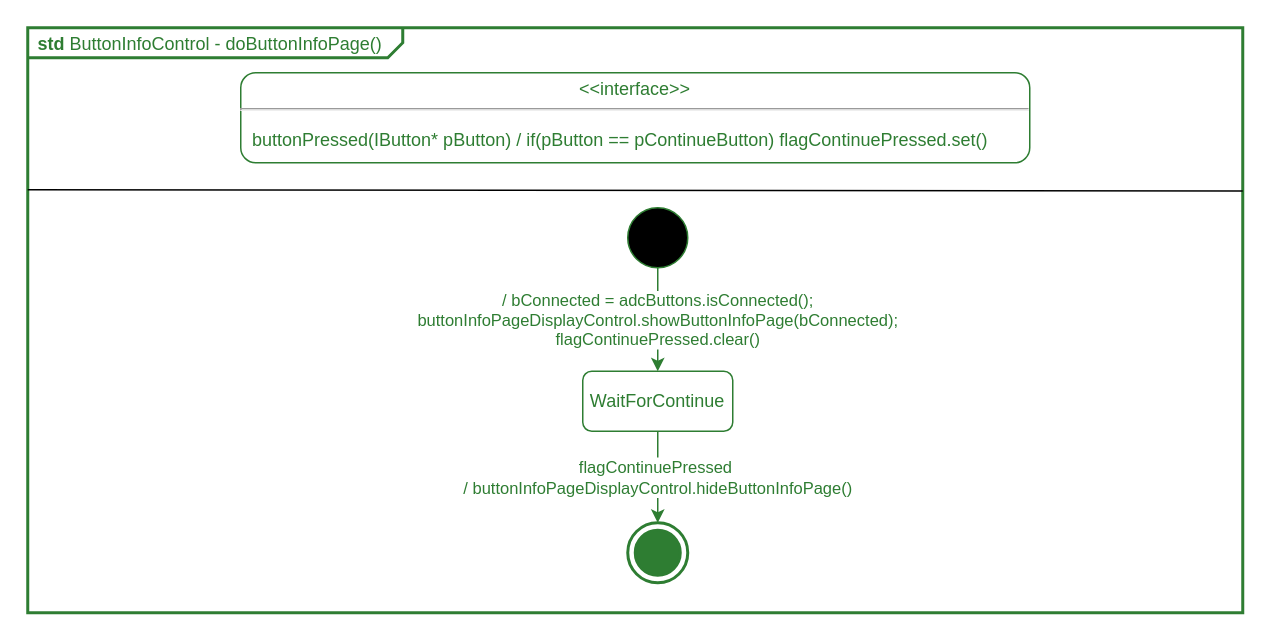
Above: page "STD-ButtonInfoControl" (13 of 20) of apps/pong_cleangui_dg_adv/models/pong_dg_adv.drawio in nepbuur1/test_lasergame_2_rework_CleanGUI_godmode (draw.io), before the change. Source tidied: cells renumbered, new cells numbered last; positions are measured from the earlier drawing's top-left corner, leaving out a move shared by most shapes. Both pictures are drawn from the tidied source at 150%, with x=0, y=0 at pixel (27, 27).
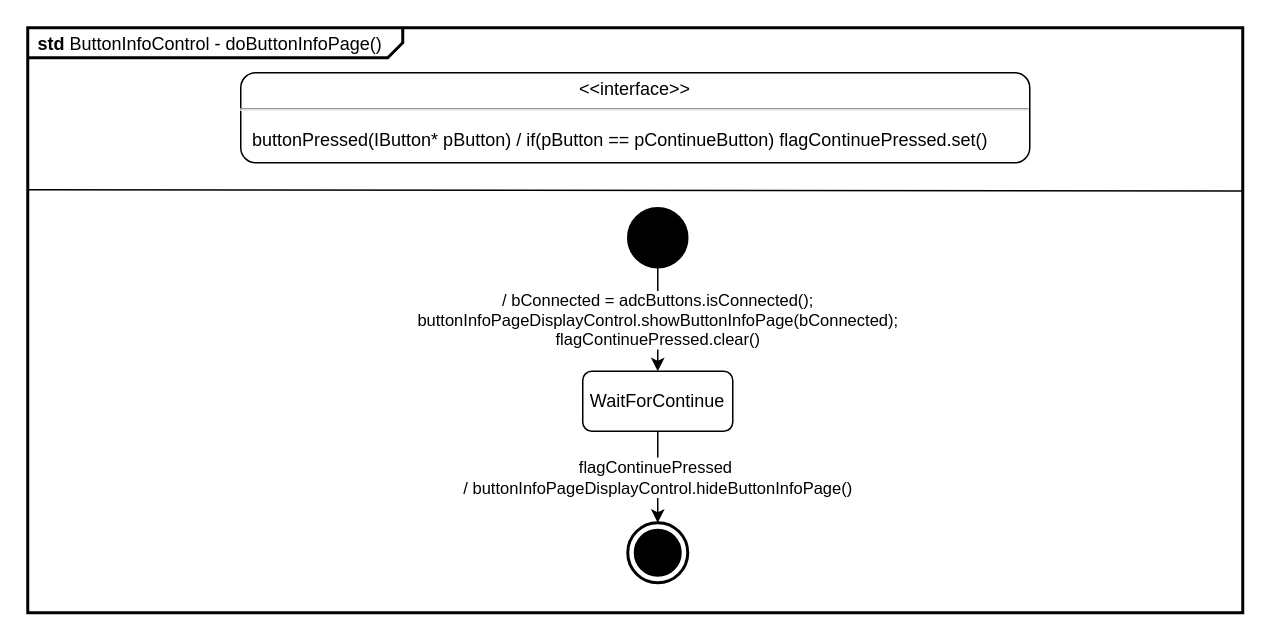
Above is the later version.

Diff of the diagram source:
```diff
@@
 <mxGraphModel>
   <root>
     <mxCell id="0" />
     <mxCell id="1" parent="0" />
-    <mxCell id="2" value="&lt;p style=&quot;margin:0px;margin-top:4px;margin-left:7px;text-align:left;&quot;&gt;&lt;b&gt;std&lt;/b&gt;  ButtonInfoControl - doButtonInfoPage()&lt;/p&gt;" style="html=1;shape=mxgraph.sysml.package;overflow=fill;labelX=250;strokeWidth=2;align=center;strokeColor=#2e7d32;fontColor=#2e7d32;" parent="1" vertex="1">
+    <mxCell id="2" value="&lt;p style=&quot;margin:0px;margin-top:4px;margin-left:7px;text-align:left;&quot;&gt;&lt;b&gt;std&lt;/b&gt;  ButtonInfoControl - doButtonInfoPage()&lt;/p&gt;" style="html=1;shape=mxgraph.sysml.package;overflow=fill;labelX=250;strokeWidth=2;align=center;" parent="1" vertex="1">
       <mxGeometry width="810" height="390" as="geometry" />
     </mxCell>
-    <mxCell id="3" value="&lt;p style=&quot;margin: 0px ; margin-top: 4px ; text-align: center&quot;&gt;&amp;lt;&amp;lt;interface&amp;gt;&amp;gt;&lt;/p&gt;&lt;hr&gt;&lt;p&gt;&lt;/p&gt;&lt;p style=&quot;margin: 0px ; margin-left: 8px ; text-align: left&quot;&gt;buttonPressed(IButton* pButton) / if(pButton == pContinueButton) flagContinuePressed.set()&lt;/p&gt;" style="shape=mxgraph.sysml.simpleState;html=1;overflow=fill;whiteSpace=wrap;align=center;strokeColor=#2e7d32;fontColor=#2e7d32;" parent="1" vertex="1">
+    <mxCell id="3" value="&lt;p style=&quot;margin: 0px ; margin-top: 4px ; text-align: center&quot;&gt;&amp;lt;&amp;lt;interface&amp;gt;&amp;gt;&lt;/p&gt;&lt;hr&gt;&lt;p&gt;&lt;/p&gt;&lt;p style=&quot;margin: 0px ; margin-left: 8px ; text-align: left&quot;&gt;buttonPressed(IButton* pButton) / if(pButton == pContinueButton) flagContinuePressed.set()&lt;/p&gt;" style="shape=mxgraph.sysml.simpleState;html=1;overflow=fill;whiteSpace=wrap;align=center;" parent="1" vertex="1">
       <mxGeometry x="142" y="30" width="526" height="60" as="geometry" />
     </mxCell>
-    <mxCell id="4" style="shape=ellipse;html=1;fillColor=#000000;fontSize=18;fontColor=#ffffff;strokeColor=#2e7d32;" parent="1" vertex="1">
+    <mxCell id="4" style="shape=ellipse;html=1;fillColor=#000000;fontSize=18;fontColor=#ffffff;" parent="1" vertex="1">
       <mxGeometry x="400" y="120" width="40" height="40" as="geometry" />
     </mxCell>
-    <mxCell id="5" value="WaitForContinue" style="rounded=1;whiteSpace=wrap;html=1;strokeColor=#2e7d32;fontColor=#2e7d32;" parent="1" vertex="1">
+    <mxCell id="5" value="WaitForContinue" style="rounded=1;whiteSpace=wrap;html=1;" parent="1" vertex="1">
       <mxGeometry x="370" y="229" width="100" height="40" as="geometry" />
     </mxCell>
-    <mxCell id="6" style="html=1;shape=mxgraph.sysml.actFinal;strokeWidth=2;verticalLabelPosition=bottom;verticalAlignment=top;strokeColor=#2e7d32;fontColor=#2e7d32;" parent="1" vertex="1">
+    <mxCell id="6" style="html=1;shape=mxgraph.sysml.actFinal;strokeWidth=2;verticalLabelPosition=bottom;verticalAlignment=top;" parent="1" vertex="1">
       <mxGeometry x="400" y="330" width="40" height="40" as="geometry" />
     </mxCell>
-    <mxCell id="7" value="&lt;div&gt;/ bConnected = adcButtons.isConnected();&lt;/div&gt;&lt;div&gt;buttonInfoPageDisplayControl.showButtonInfoPage(bConnected);&lt;/div&gt;&lt;div&gt;flagContinuePressed.clear()&lt;/div&gt;" style="edgeStyle=orthogonalEdgeStyle;rounded=0;jettySize=auto;html=1;strokeColor=#2e7d32;fontColor=#2e7d32;align=center;labelBackgroundColor=default;" parent="1" edge="1" source="4" target="5">
+    <mxCell id="7" value="&lt;div&gt;/ bConnected = adcButtons.isConnected();&lt;/div&gt;&lt;div&gt;buttonInfoPageDisplayControl.showButtonInfoPage(bConnected);&lt;/div&gt;&lt;div&gt;flagContinuePressed.clear()&lt;/div&gt;" style="edgeStyle=orthogonalEdgeStyle;rounded=0;jettySize=auto;html=1;align=center;labelBackgroundColor=default;" parent="1" edge="1" source="4" target="5">
       <mxGeometry relative="1" as="geometry" />
     </mxCell>
-    <mxCell id="8" value="flagContinuePressed&amp;nbsp;&lt;div&gt;/ buttonInfoPageDisplayControl.hideButtonInfoPage()&lt;/div&gt;" style="edgeStyle=orthogonalEdgeStyle;rounded=0;jettySize=auto;html=1;strokeColor=#2e7d32;fontColor=#2e7d32;" parent="1" edge="1" source="5" target="6">
+    <mxCell id="8" value="flagContinuePressed&amp;nbsp;&lt;div&gt;/ buttonInfoPageDisplayControl.hideButtonInfoPage()&lt;/div&gt;" style="edgeStyle=orthogonalEdgeStyle;rounded=0;jettySize=auto;html=1;" parent="1" edge="1" source="5" target="6">
       <mxGeometry relative="1" as="geometry" />
     </mxCell>
     <mxCell id="9" style="endArrow=none;html=1;rounded=1;" parent="1" edge="1">
       <mxGeometry relative="1" as="geometry">
         <mxPoint y="108" as="sourcePoint" />
         <mxPoint x="810" y="108.9" as="targetPoint" />
       </mxGeometry>
     </mxCell>
   </root>
 </mxGraphModel>
```
